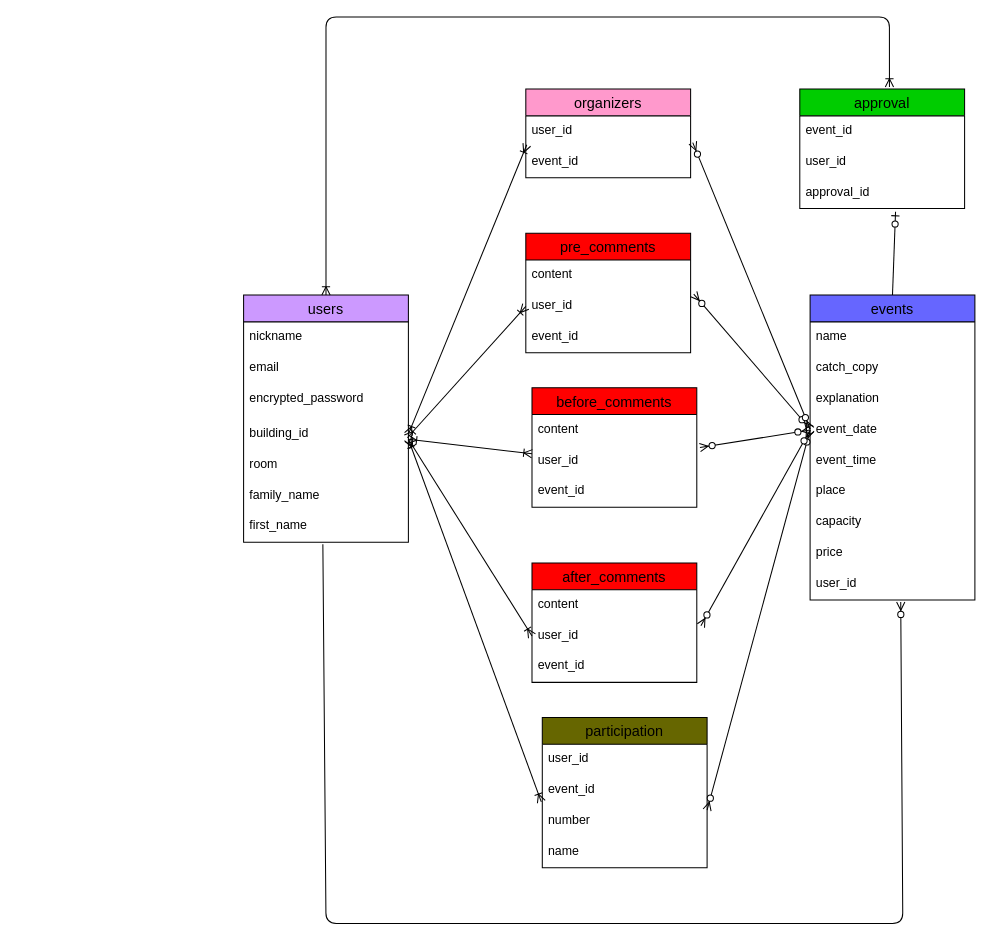
Before: ER.dio in nickAJ286/crestprimejitikai, a draw.io diagram. Source tidied: cells renumbered, new cells numbered last; positions are measured from the earlier drawing's top-left corner, leaving out a move shared by most shapes. Both pictures are drawn from the tidied source at 103%, with x=0, y=0 at pixel (243, 16).
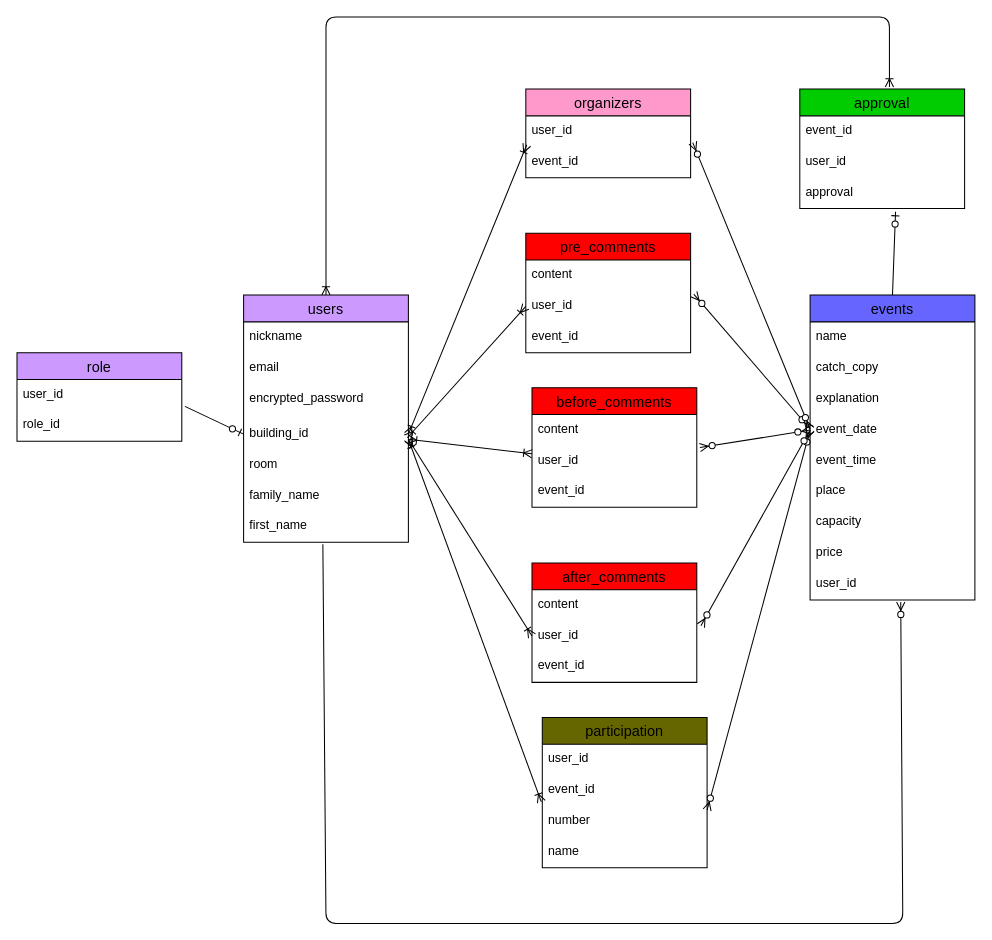
The same diagram, later.

Unchanged cells that the change refers to:
```xml
<mxCell id="6" value="building_id" style="text;strokeColor=none;fillColor=none;spacingLeft=4;spacingRight=4;overflow=hidden;points=[[0,0.5],[1,0.5]];portConstraint=eastwest;fontSize=12;" parent="2" vertex="1">
  <mxGeometry y="120" width="160" height="30" as="geometry" />
</mxCell>
<mxCell id="40" value="approval" style="swimlane;fontStyle=0;horizontal=1;startSize=26;align=center;fontSize=14;fillColor=#00CC00;" parent="1" vertex="1">
  <mxGeometry x="540" y="70" width="160" height="116" as="geometry" />
</mxCell>
```

The edit, as a diff of the source:
```diff
@@
-    <mxCell id="43" value="approval_id" style="text;strokeColor=none;fillColor=none;spacingLeft=4;spacingRight=4;overflow=hidden;points=[[0,0.5],[1,0.5]];portConstraint=eastwest;fontSize=12;" parent="40" vertex="1">
+    <mxCell id="43" value="approval" style="text;strokeColor=none;fillColor=none;spacingLeft=4;spacingRight=4;overflow=hidden;points=[[0,0.5],[1,0.5]];portConstraint=eastwest;fontSize=12;" parent="40" vertex="1">
       <mxGeometry y="86" width="160" height="30" as="geometry" />
     </mxCell>
@@
+    <mxCell id="57" value="role" style="swimlane;fontStyle=0;horizontal=1;startSize=26;align=center;fontSize=14;fillColor=#CC99FF;" parent="1" vertex="1">
+      <mxGeometry x="-220" y="326" width="160" height="86" as="geometry" />
+    </mxCell>
+    <mxCell id="58" value="user_id" style="text;strokeColor=none;fillColor=none;spacingLeft=4;spacingRight=4;overflow=hidden;points=[[0,0.5],[1,0.5]];portConstraint=eastwest;fontSize=12;" parent="57" vertex="1">
+      <mxGeometry y="26" width="160" height="30" as="geometry" />
+    </mxCell>
+    <mxCell id="59" value="role_id" style="text;strokeColor=none;fillColor=none;spacingLeft=4;spacingRight=4;overflow=hidden;fontSize=12;" parent="57" vertex="1">
+      <mxGeometry y="56" width="160" height="30" as="geometry" />
+    </mxCell>
+    <mxCell id="60" style="fontSize=12;html=1;endArrow=ERzeroToOne;endFill=1;entryX=0;entryY=0.5;entryDx=0;entryDy=0;exitX=1.019;exitY=0.867;exitDx=0;exitDy=0;exitPerimeter=0;" parent="1" edge="1" source="58" target="6">
+      <mxGeometry relative="1" as="geometry" />
+    </mxCell>
```
